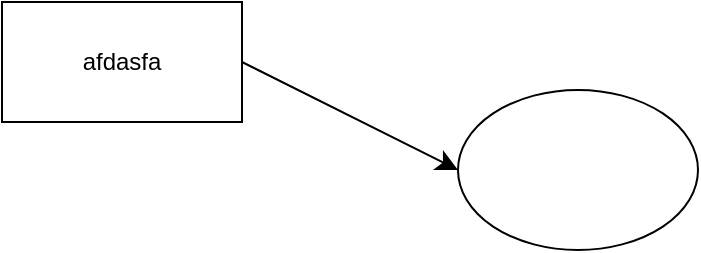
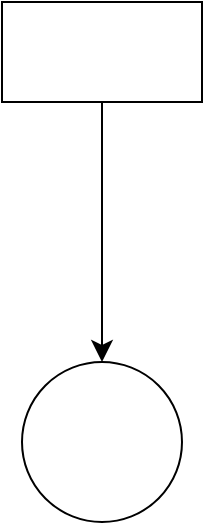
- <mxfile host="app.diagrams.net" agent="Mozilla/5.0 (Windows NT 10.0; Win64; x64) AppleWebKit/537.36 (KHTML, like Gecko) Chrome/131.0.0.0 Safari/537.36" version="26.0.5">
-   <diagram name="第 1 页" id="ldZsJlxgCrMr-cf8A9CU">
-     <mxGraphModel dx="1594" dy="639" grid="0" gridSize="10" guides="1" tooltips="1" connect="1" arrows="1" fold="1" page="0" pageScale="1" pageWidth="827" pageHeight="1169" math="0" shadow="0">
+ <mxfile host="app.diagrams.net" agent="Mozilla/5.0 (Linux; Android 10; K) AppleWebKit/537.36 (KHTML, like Gecko) Chrome/135.0.0.0 Mobile Safari/537.36">
+   <diagram name="第 1 页" id="pEAox57lCfPmczEiAxKE">
+     <mxGraphModel dx="259" dy="449" grid="1" gridSize="10" guides="1" tooltips="1" connect="1" arrows="1" fold="1" page="1" pageScale="1" pageWidth="827" pageHeight="1169" math="0" shadow="0">
      <root>
        <mxCell id="0" />
        <mxCell id="1" parent="0" />
-         <mxCell id="i2lGhZ7P_kv8yY3b6Dty-1" value="afdasfa" style="rounded=0;whiteSpace=wrap;html=1;" parent="1" vertex="1">
-           <mxGeometry x="-3" y="3" width="120" height="60" as="geometry" />
+         <mxCell id="8ibmsg1ke8ZTpoNWk6o7-3" edge="1" parent="1" source="8ibmsg1ke8ZTpoNWk6o7-1" style="edgeStyle=none;curved=1;rounded=0;orthogonalLoop=1;jettySize=auto;html=1;fontSize=12;startSize=8;endSize=8;entryX=0.5;entryY=0;entryDx=0;entryDy=0;entryPerimeter=0;" target="8ibmsg1ke8ZTpoNWk6o7-2" value="">
+           <mxGeometry relative="1" as="geometry" />
        </mxCell>
-         <mxCell id="RmwPEafUAnROFJlur6Gn-1" value="" style="ellipse;whiteSpace=wrap;html=1;" parent="1" vertex="1">
-           <mxGeometry x="225" y="47" width="120" height="80" as="geometry" />
+         <mxCell id="8ibmsg1ke8ZTpoNWk6o7-1" parent="1" style="whiteSpace=wrap;html=1;" value="" vertex="1">
+           <mxGeometry height="50" width="100" x="150" y="220" as="geometry" />
        </mxCell>
-         <mxCell id="RmwPEafUAnROFJlur6Gn-2" style="edgeStyle=none;curved=1;rounded=0;orthogonalLoop=1;jettySize=auto;html=1;exitX=1;exitY=0.5;exitDx=0;exitDy=0;entryX=0;entryY=0.5;entryDx=0;entryDy=0;fontSize=12;startSize=8;endSize=8;" parent="1" source="i2lGhZ7P_kv8yY3b6Dty-1" target="RmwPEafUAnROFJlur6Gn-1" edge="1">
-           <mxGeometry relative="1" as="geometry" />
+         <mxCell id="8ibmsg1ke8ZTpoNWk6o7-2" parent="1" style="ellipse;whiteSpace=wrap;html=1;" value="" vertex="1">
+           <mxGeometry height="80" width="80" x="160" y="400" as="geometry" />
        </mxCell>
      </root>
    </mxGraphModel>
  </diagram>
</mxfile>
